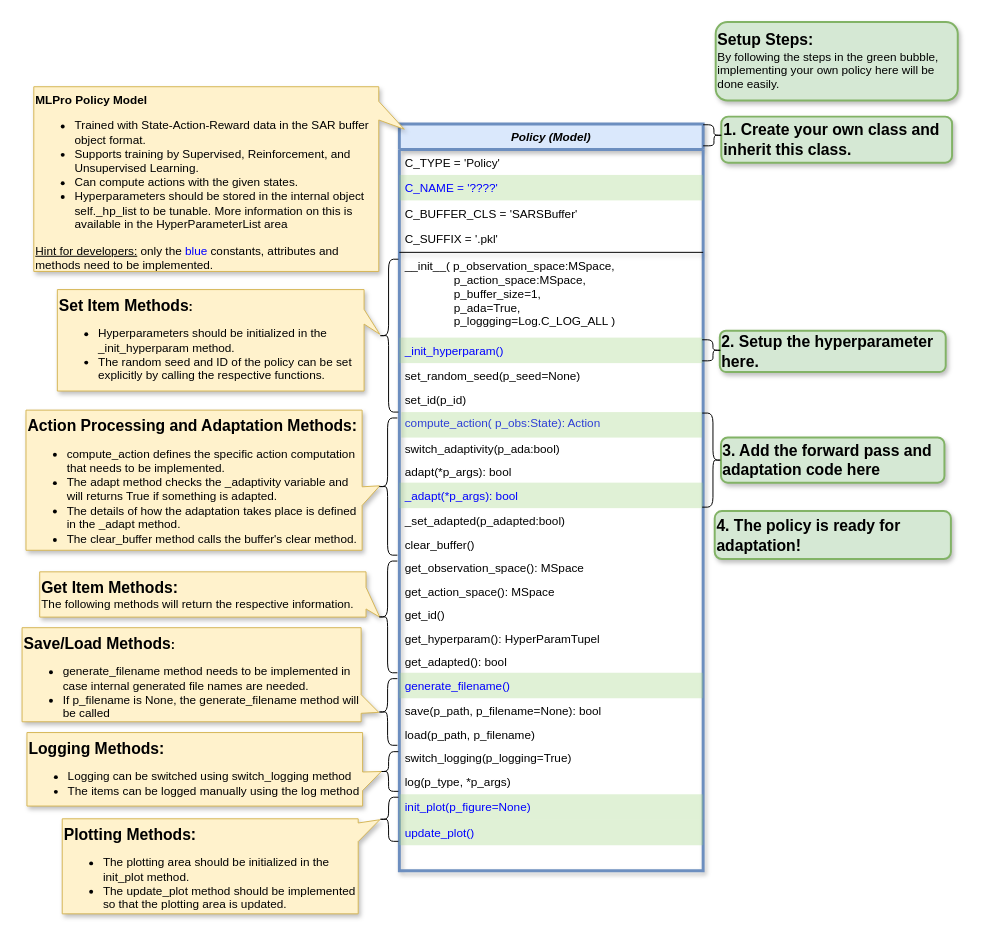
The draw.io diagram doc/rtd/content/rl/agents/images/MLPro-RL-Agent_Class_Policy_Commented.drawio in fhswf/MLPro, before the edit. Source tidied: cells renumbered, new cells numbered last; positions are measured from the earlier drawing's top-left corner, leaving out a move shared by most shapes. Both pictures are drawn from the tidied source at 98%, with x=0, y=0 at pixel (22, 22).
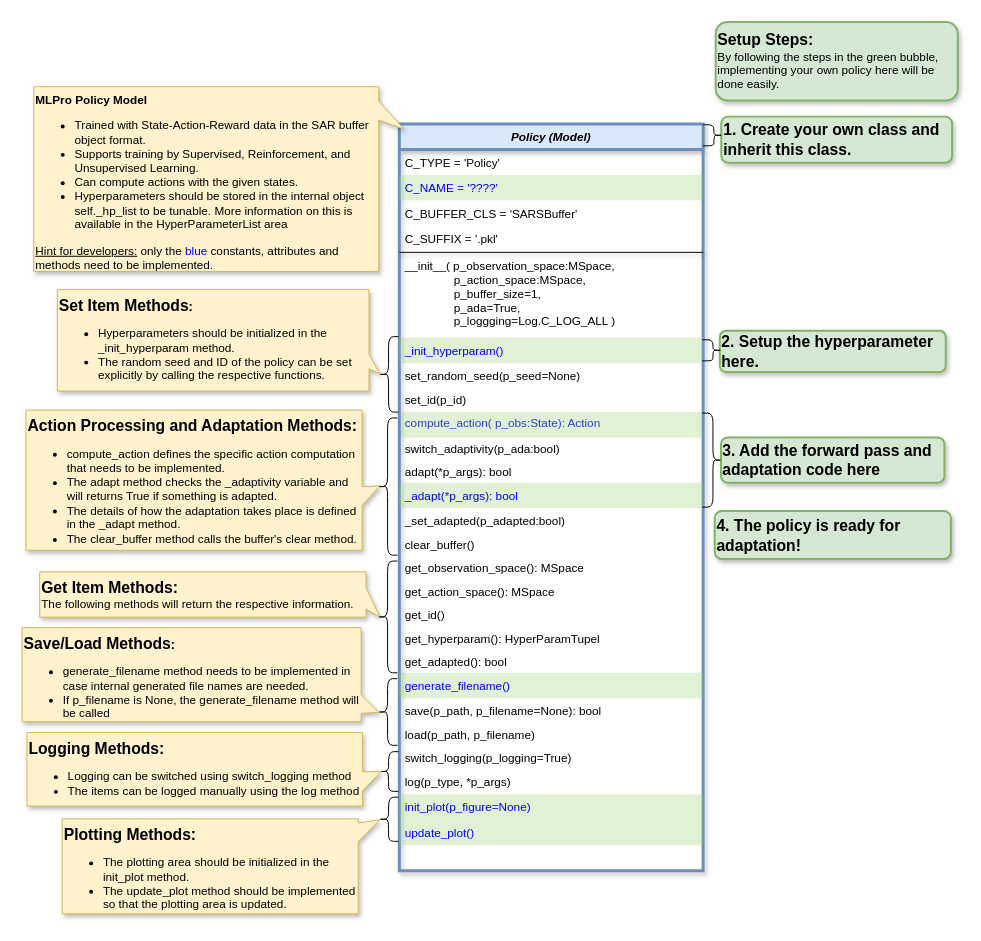
The same diagram, later.

Commit message (it also covers changes not shown here):
Edit Policy Class Commented Diagram

Change to the diagram source:
```diff
@@
-    <mxCell id="31" value="&lt;b&gt;&lt;font style=&quot;font-size: 16px&quot;&gt;Set Item Methods&lt;/font&gt;&lt;span style=&quot;font-size: 13px&quot;&gt;:&lt;/span&gt;&lt;/b&gt;&lt;br&gt;&lt;ul&gt;&lt;li&gt;Hyperparameters should be initialized in the _init_hyperparam method.&lt;/li&gt;&lt;li&gt;The random seed and ID of the policy can be set explicitly by calling the respective functions.&amp;nbsp;&lt;/li&gt;&lt;/ul&gt;" style="shape=callout;whiteSpace=wrap;html=1;perimeter=calloutPerimeter;shadow=1;fillColor=#fff2cc;strokeColor=#d6b656;align=left;verticalAlign=top;base=15;size=16;position=0.66;position2=0.56;direction=north;" parent="1" vertex="1">
+    <mxCell id="31" value="&lt;b&gt;&lt;font style=&quot;font-size: 16px&quot;&gt;Set Item Methods&lt;/font&gt;&lt;span style=&quot;font-size: 13px&quot;&gt;:&lt;/span&gt;&lt;/b&gt;&lt;br&gt;&lt;ul&gt;&lt;li&gt;Hyperparameters should be initialized in the _init_hyperparam method.&lt;/li&gt;&lt;li&gt;The random seed and ID of the policy can be set explicitly by calling the respective functions.&amp;nbsp;&lt;/li&gt;&lt;/ul&gt;" style="shape=callout;whiteSpace=wrap;html=1;perimeter=calloutPerimeter;shadow=1;fillColor=#fff2cc;strokeColor=#d6b656;align=left;verticalAlign=top;base=15;size=11;position=0.22;position2=0.17;direction=north;" parent="1" vertex="1">
       <mxGeometry x="36" y="273" width="329" height="103.5" as="geometry" />
     </mxCell>
@@
     <mxCell id="35" style="shape=curlyBracket;whiteSpace=wrap;html=1;rounded=1;" parent="1" vertex="1">
-      <mxGeometry x="364" y="242" width="20" height="156" as="geometry" />
+      <mxGeometry x="364" y="321" width="20" height="77" as="geometry" />
     </mxCell>
```
